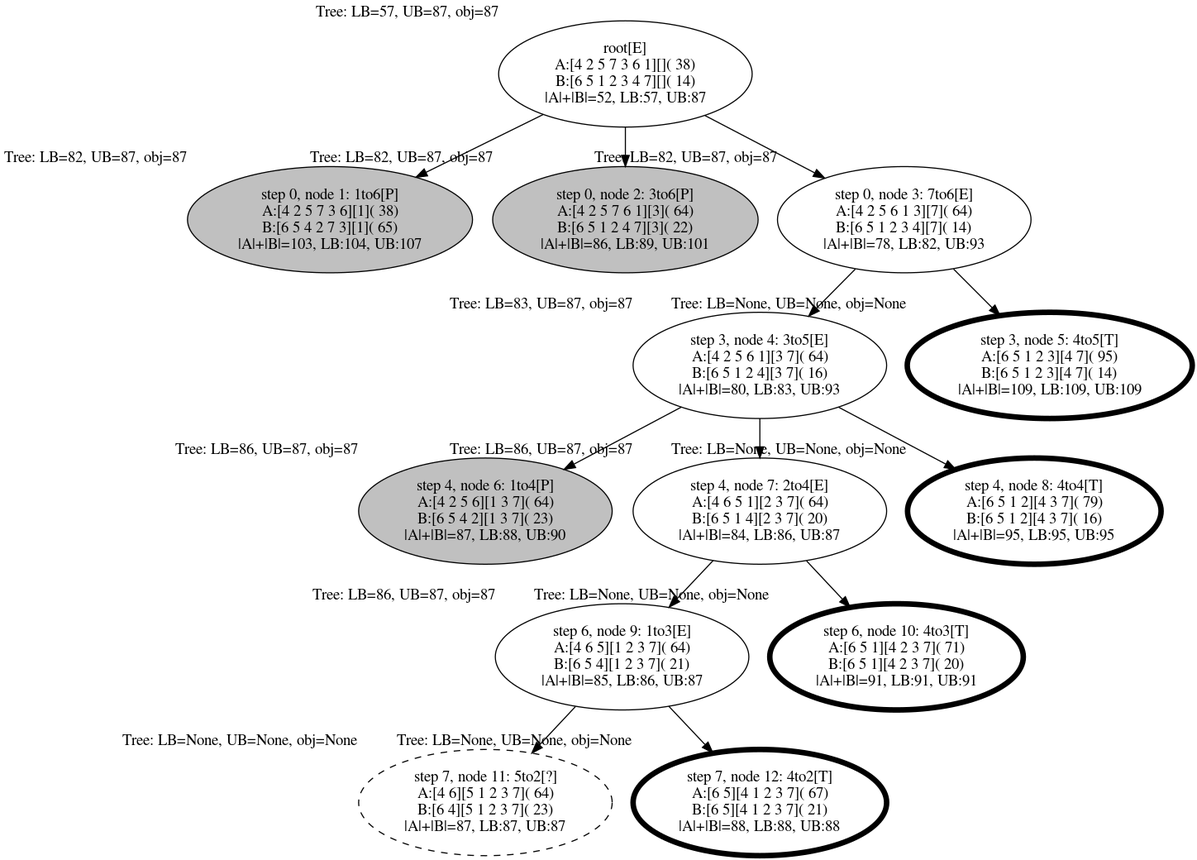
The Graphviz diagram figures/sample_BB_tree.png in alex-bochkarev/align-BDD, before a commit. Its source is kept beside it as run_logs/sample_BB_tree.dot. The source it was exported from:
```dot
digraph tree {
    "root[E]
A:[4 2 5 7 3 6 1][]( 38)
B:[6 5 1 2 3 4 7][]( 14)
|A|+|B|=52, LB:57, UB:87" [xlabel="Tree: LB=57, UB=87, obj=87",];
    "step 0, node 1: 1to6[P]
A:[4 2 5 7 3 6][1]( 38)
B:[6 5 4 2 7 3][1]( 65)
|A|+|B|=103, LB:104, UB:107" [xlabel="Tree: LB=82, UB=87, obj=87",fillcolor=grey, style=filled];
    "step 0, node 2: 3to6[P]
A:[4 2 5 7 6 1][3]( 64)
B:[6 5 1 2 4 7][3]( 22)
|A|+|B|=86, LB:89, UB:101" [xlabel="Tree: LB=82, UB=87, obj=87",fillcolor=grey, style=filled];
    "step 0, node 3: 7to6[E]
A:[4 2 5 6 1 3][7]( 64)
B:[6 5 1 2 3 4][7]( 14)
|A|+|B|=78, LB:82, UB:93" [xlabel="Tree: LB=82, UB=87, obj=87",];
    "step 3, node 4: 3to5[E]
A:[4 2 5 6 1][3 7]( 64)
B:[6 5 1 2 4][3 7]( 16)
|A|+|B|=80, LB:83, UB:93" [xlabel="Tree: LB=83, UB=87, obj=87",];
    "step 4, node 6: 1to4[P]
A:[4 2 5 6][1 3 7]( 64)
B:[6 5 4 2][1 3 7]( 23)
|A|+|B|=87, LB:88, UB:90" [xlabel="Tree: LB=86, UB=87, obj=87",fillcolor=grey, style=filled];
    "step 4, node 7: 2to4[E]
A:[4 6 5 1][2 3 7]( 64)
B:[6 5 1 4][2 3 7]( 20)
|A|+|B|=84, LB:86, UB:87" [xlabel="Tree: LB=86, UB=87, obj=87",];
    "step 6, node 9: 1to3[E]
A:[4 6 5][1 2 3 7]( 64)
B:[6 5 4][1 2 3 7]( 21)
|A|+|B|=85, LB:86, UB:87" [xlabel="Tree: LB=86, UB=87, obj=87",];
    "step 7, node 11: 5to2[?]
A:[4 6][5 1 2 3 7]( 64)
B:[6 4][5 1 2 3 7]( 23)
|A|+|B|=87, LB:87, UB:87" [xlabel="Tree: LB=None, UB=None, obj=None",fillcolor=lightgrey, style=dashed];
    "step 7, node 12: 4to2[T]
A:[6 5][4 1 2 3 7]( 67)
B:[6 5][4 1 2 3 7]( 21)
|A|+|B|=88, LB:88, UB:88" [xlabel="Tree: LB=None, UB=None, obj=None",penwidth=5];
    "step 6, node 10: 4to3[T]
A:[6 5 1][4 2 3 7]( 71)
B:[6 5 1][4 2 3 7]( 20)
|A|+|B|=91, LB:91, UB:91" [xlabel="Tree: LB=None, UB=None, obj=None",penwidth=5];
    "step 4, node 8: 4to4[T]
A:[6 5 1 2][4 3 7]( 79)
B:[6 5 1 2][4 3 7]( 16)
|A|+|B|=95, LB:95, UB:95" [xlabel="Tree: LB=None, UB=None, obj=None",penwidth=5];
    "step 3, node 5: 4to5[T]
A:[6 5 1 2 3][4 7]( 95)
B:[6 5 1 2 3][4 7]( 14)
|A|+|B|=109, LB:109, UB:109" [xlabel="Tree: LB=None, UB=None, obj=None",penwidth=5];
    "root[E]
A:[4 2 5 7 3 6 1][]( 38)
B:[6 5 1 2 3 4 7][]( 14)
|A|+|B|=52, LB:57, UB:87" -> "step 0, node 1: 1to6[P]
A:[4 2 5 7 3 6][1]( 38)
B:[6 5 4 2 7 3][1]( 65)
|A|+|B|=103, LB:104, UB:107";
    "root[E]
A:[4 2 5 7 3 6 1][]( 38)
B:[6 5 1 2 3 4 7][]( 14)
|A|+|B|=52, LB:57, UB:87" -> "step 0, node 2: 3to6[P]
A:[4 2 5 7 6 1][3]( 64)
B:[6 5 1 2 4 7][3]( 22)
|A|+|B|=86, LB:89, UB:101";
    "root[E]
A:[4 2 5 7 3 6 1][]( 38)
B:[6 5 1 2 3 4 7][]( 14)
|A|+|B|=52, LB:57, UB:87" -> "step 0, node 3: 7to6[E]
A:[4 2 5 6 1 3][7]( 64)
B:[6 5 1 2 3 4][7]( 14)
|A|+|B|=78, LB:82, UB:93";
    "step 0, node 3: 7to6[E]
A:[4 2 5 6 1 3][7]( 64)
B:[6 5 1 2 3 4][7]( 14)
|A|+|B|=78, LB:82, UB:93" -> "step 3, node 4: 3to5[E]
A:[4 2 5 6 1][3 7]( 64)
B:[6 5 1 2 4][3 7]( 16)
|A|+|B|=80, LB:83, UB:93";
    "step 0, node 3: 7to6[E]
A:[4 2 5 6 1 3][7]( 64)
B:[6 5 1 2 3 4][7]( 14)
|A|+|B|=78, LB:82, UB:93" -> "step 3, node 5: 4to5[T]
A:[6 5 1 2 3][4 7]( 95)
B:[6 5 1 2 3][4 7]( 14)
|A|+|B|=109, LB:109, UB:109";
    "step 3, node 4: 3to5[E]
A:[4 2 5 6 1][3 7]( 64)
B:[6 5 1 2 4][3 7]( 16)
|A|+|B|=80, LB:83, UB:93" -> "step 4, node 6: 1to4[P]
A:[4 2 5 6][1 3 7]( 64)
B:[6 5 4 2][1 3 7]( 23)
|A|+|B|=87, LB:88, UB:90";
    "step 3, node 4: 3to5[E]
A:[4 2 5 6 1][3 7]( 64)
B:[6 5 1 2 4][3 7]( 16)
|A|+|B|=80, LB:83, UB:93" -> "step 4, node 7: 2to4[E]
A:[4 6 5 1][2 3 7]( 64)
B:[6 5 1 4][2 3 7]( 20)
|A|+|B|=84, LB:86, UB:87";
    "step 3, node 4: 3to5[E]
A:[4 2 5 6 1][3 7]( 64)
B:[6 5 1 2 4][3 7]( 16)
|A|+|B|=80, LB:83, UB:93" -> "step 4, node 8: 4to4[T]
A:[6 5 1 2][4 3 7]( 79)
B:[6 5 1 2][4 3 7]( 16)
|A|+|B|=95, LB:95, UB:95";
    "step 4, node 7: 2to4[E]
A:[4 6 5 1][2 3 7]( 64)
B:[6 5 1 4][2 3 7]( 20)
|A|+|B|=84, LB:86, UB:87" -> "step 6, node 9: 1to3[E]
A:[4 6 5][1 2 3 7]( 64)
B:[6 5 4][1 2 3 7]( 21)
|A|+|B|=85, LB:86, UB:87";
    "step 4, node 7: 2to4[E]
A:[4 6 5 1][2 3 7]( 64)
B:[6 5 1 4][2 3 7]( 20)
|A|+|B|=84, LB:86, UB:87" -> "step 6, node 10: 4to3[T]
A:[6 5 1][4 2 3 7]( 71)
B:[6 5 1][4 2 3 7]( 20)
|A|+|B|=91, LB:91, UB:91";
    "step 6, node 9: 1to3[E]
A:[4 6 5][1 2 3 7]( 64)
B:[6 5 4][1 2 3 7]( 21)
|A|+|B|=85, LB:86, UB:87" -> "step 7, node 11: 5to2[?]
A:[4 6][5 1 2 3 7]( 64)
B:[6 4][5 1 2 3 7]( 23)
|A|+|B|=87, LB:87, UB:87";
    "step 6, node 9: 1to3[E]
A:[4 6 5][1 2 3 7]( 64)
B:[6 5 4][1 2 3 7]( 21)
|A|+|B|=85, LB:86, UB:87" -> "step 7, node 12: 4to2[T]
A:[6 5][4 1 2 3 7]( 67)
B:[6 5][4 1 2 3 7]( 21)
|A|+|B|=88, LB:88, UB:88";
}
```
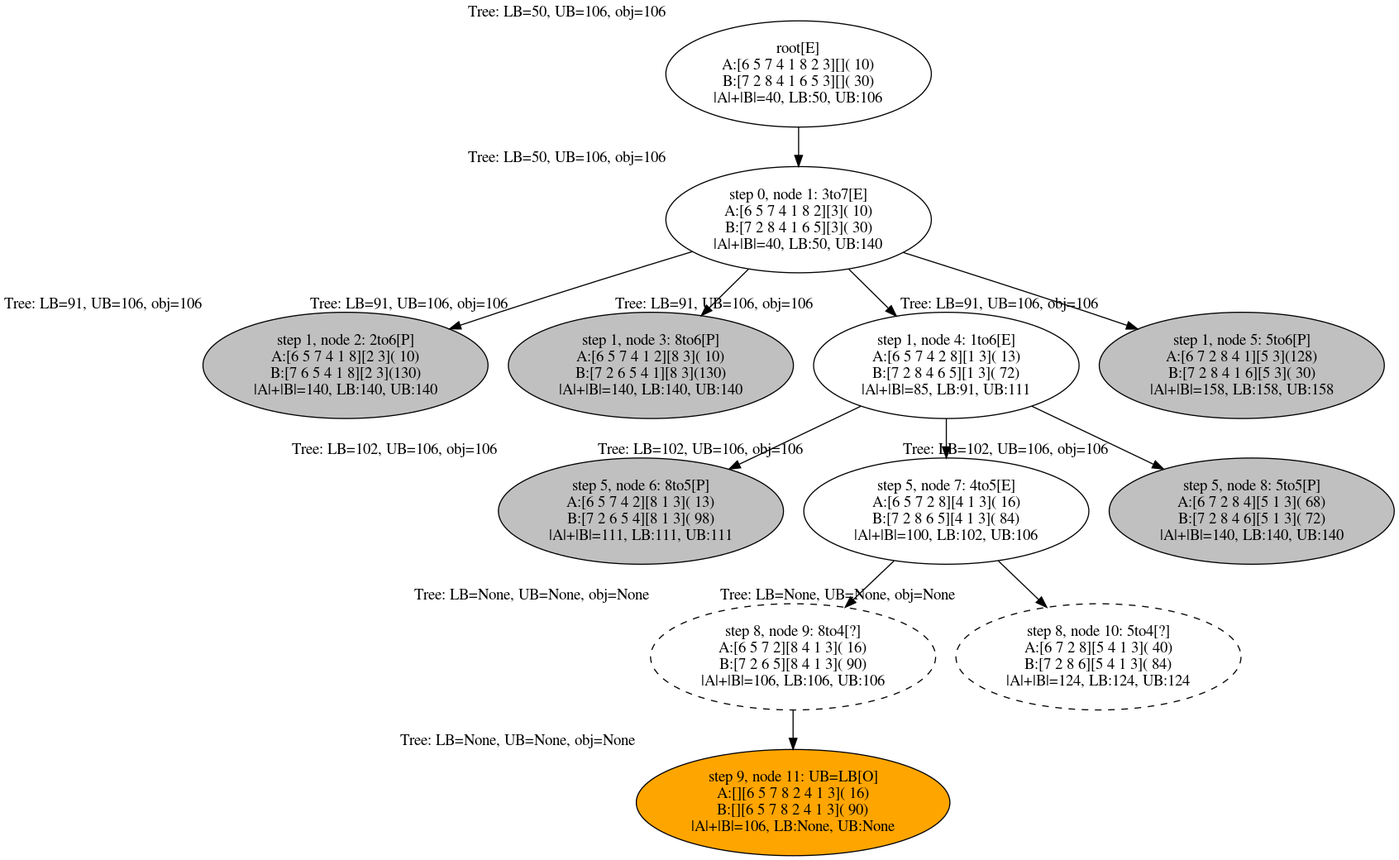
Later version of the same file.

The edit, as a diff of the source:
```diff
@@ -1,138 +1,127 @@
 digraph tree {
     "root[E]
-A:[4 2 5 7 3 6 1][]( 38)
-B:[6 5 1 2 3 4 7][]( 14)
-|A|+|B|=52, LB:57, UB:87" [xlabel="Tree: LB=57, UB=87, obj=87",];
-    "step 0, node 1: 1to6[P]
-A:[4 2 5 7 3 6][1]( 38)
-B:[6 5 4 2 7 3][1]( 65)
-|A|+|B|=103, LB:104, UB:107" [xlabel="Tree: LB=82, UB=87, obj=87",fillcolor=grey, style=filled];
-    "step 0, node 2: 3to6[P]
-A:[4 2 5 7 6 1][3]( 64)
-B:[6 5 1 2 4 7][3]( 22)
-|A|+|B|=86, LB:89, UB:101" [xlabel="Tree: LB=82, UB=87, obj=87",fillcolor=grey, style=filled];
-    "step 0, node 3: 7to6[E]
-A:[4 2 5 6 1 3][7]( 64)
-B:[6 5 1 2 3 4][7]( 14)
-|A|+|B|=78, LB:82, UB:93" [xlabel="Tree: LB=82, UB=87, obj=87",];
-    "step 3, node 4: 3to5[E]
-A:[4 2 5 6 1][3 7]( 64)
-B:[6 5 1 2 4][3 7]( 16)
-|A|+|B|=80, LB:83, UB:93" [xlabel="Tree: LB=83, UB=87, obj=87",];
-    "step 4, node 6: 1to4[P]
-A:[4 2 5 6][1 3 7]( 64)
-B:[6 5 4 2][1 3 7]( 23)
-|A|+|B|=87, LB:88, UB:90" [xlabel="Tree: LB=86, UB=87, obj=87",fillcolor=grey, style=filled];
-    "step 4, node 7: 2to4[E]
-A:[4 6 5 1][2 3 7]( 64)
-B:[6 5 1 4][2 3 7]( 20)
-|A|+|B|=84, LB:86, UB:87" [xlabel="Tree: LB=86, UB=87, obj=87",];
-    "step 6, node 9: 1to3[E]
-A:[4 6 5][1 2 3 7]( 64)
-B:[6 5 4][1 2 3 7]( 21)
-|A|+|B|=85, LB:86, UB:87" [xlabel="Tree: LB=86, UB=87, obj=87",];
-    "step 7, node 11: 5to2[?]
-A:[4 6][5 1 2 3 7]( 64)
-B:[6 4][5 1 2 3 7]( 23)
-|A|+|B|=87, LB:87, UB:87" [xlabel="Tree: LB=None, UB=None, obj=None",fillcolor=lightgrey, style=dashed];
-    "step 7, node 12: 4to2[T]
-A:[6 5][4 1 2 3 7]( 67)
-B:[6 5][4 1 2 3 7]( 21)
-|A|+|B|=88, LB:88, UB:88" [xlabel="Tree: LB=None, UB=None, obj=None",penwidth=5];
-    "step 6, node 10: 4to3[T]
-A:[6 5 1][4 2 3 7]( 71)
-B:[6 5 1][4 2 3 7]( 20)
-|A|+|B|=91, LB:91, UB:91" [xlabel="Tree: LB=None, UB=None, obj=None",penwidth=5];
-    "step 4, node 8: 4to4[T]
-A:[6 5 1 2][4 3 7]( 79)
-B:[6 5 1 2][4 3 7]( 16)
-|A|+|B|=95, LB:95, UB:95" [xlabel="Tree: LB=None, UB=None, obj=None",penwidth=5];
-    "step 3, node 5: 4to5[T]
-A:[6 5 1 2 3][4 7]( 95)
-B:[6 5 1 2 3][4 7]( 14)
-|A|+|B|=109, LB:109, UB:109" [xlabel="Tree: LB=None, UB=None, obj=None",penwidth=5];
+A:[6 5 7 4 1 8 2 3][]( 10)
+B:[7 2 8 4 1 6 5 3][]( 30)
+|A|+|B|=40, LB:50, UB:106" [xlabel="Tree: LB=50, UB=106, obj=106",];
+    "step 0, node 1: 3to7[E]
+A:[6 5 7 4 1 8 2][3]( 10)
+B:[7 2 8 4 1 6 5][3]( 30)
+|A|+|B|=40, LB:50, UB:140" [xlabel="Tree: LB=50, UB=106, obj=106",];
+    "step 1, node 2: 2to6[P]
+A:[6 5 7 4 1 8][2 3]( 10)
+B:[7 6 5 4 1 8][2 3](130)
+|A|+|B|=140, LB:140, UB:140" [xlabel="Tree: LB=91, UB=106, obj=106",fillcolor=grey, style=filled];
+    "step 1, node 3: 8to6[P]
+A:[6 5 7 4 1 2][8 3]( 10)
+B:[7 2 6 5 4 1][8 3](130)
+|A|+|B|=140, LB:140, UB:140" [xlabel="Tree: LB=91, UB=106, obj=106",fillcolor=grey, style=filled];
+    "step 1, node 4: 1to6[E]
+A:[6 5 7 4 2 8][1 3]( 13)
+B:[7 2 8 4 6 5][1 3]( 72)
+|A|+|B|=85, LB:91, UB:111" [xlabel="Tree: LB=91, UB=106, obj=106",];
+    "step 5, node 6: 8to5[P]
+A:[6 5 7 4 2][8 1 3]( 13)
+B:[7 2 6 5 4][8 1 3]( 98)
+|A|+|B|=111, LB:111, UB:111" [xlabel="Tree: LB=102, UB=106, obj=106",fillcolor=grey, style=filled];
+    "step 5, node 7: 4to5[E]
+A:[6 5 7 2 8][4 1 3]( 16)
+B:[7 2 8 6 5][4 1 3]( 84)
+|A|+|B|=100, LB:102, UB:106" [xlabel="Tree: LB=102, UB=106, obj=106",];
+    "step 8, node 9: 8to4[?]
+A:[6 5 7 2][8 4 1 3]( 16)
+B:[7 2 6 5][8 4 1 3]( 90)
+|A|+|B|=106, LB:106, UB:106" [xlabel="Tree: LB=None, UB=None, obj=None",fillcolor=lightgrey, style=dashed];
+    "step 9, node 11: UB=LB[O]
+A:[][6 5 7 8 2 4 1 3]( 16)
+B:[][6 5 7 8 2 4 1 3]( 90)
+|A|+|B|=106, LB:None, UB:None" [xlabel="Tree: LB=None, UB=None, obj=None",fillcolor=orange, style=filled];
+    "step 8, node 10: 5to4[?]
+A:[6 7 2 8][5 4 1 3]( 40)
+B:[7 2 8 6][5 4 1 3]( 84)
+|A|+|B|=124, LB:124, UB:124" [xlabel="Tree: LB=None, UB=None, obj=None",fillcolor=lightgrey, style=dashed];
+    "step 5, node 8: 5to5[P]
+A:[6 7 2 8 4][5 1 3]( 68)
+B:[7 2 8 4 6][5 1 3]( 72)
+|A|+|B|=140, LB:140, UB:140" [xlabel="Tree: LB=102, UB=106, obj=106",fillcolor=grey, style=filled];
+    "step 1, node 5: 5to6[P]
+A:[6 7 2 8 4 1][5 3](128)
+B:[7 2 8 4 1 6][5 3]( 30)
+|A|+|B|=158, LB:158, UB:158" [xlabel="Tree: LB=91, UB=106, obj=106",fillcolor=grey, style=filled];
     "root[E]
-A:[4 2 5 7 3 6 1][]( 38)
-B:[6 5 1 2 3 4 7][]( 14)
-|A|+|B|=52, LB:57, UB:87" -> "step 0, node 1: 1to6[P]
-A:[4 2 5 7 3 6][1]( 38)
-B:[6 5 4 2 7 3][1]( 65)
-|A|+|B|=103, LB:104, UB:107";
-    "root[E]
-A:[4 2 5 7 3 6 1][]( 38)
-B:[6 5 1 2 3 4 7][]( 14)
-|A|+|B|=52, LB:57, UB:87" -> "step 0, node 2: 3to6[P]
-A:[4 2 5 7 6 1][3]( 64)
-B:[6 5 1 2 4 7][3]( 22)
-|A|+|B|=86, LB:89, UB:101";
-    "root[E]
-A:[4 2 5 7 3 6 1][]( 38)
-B:[6 5 1 2 3 4 7][]( 14)
-|A|+|B|=52, LB:57, UB:87" -> "step 0, node 3: 7to6[E]
-A:[4 2 5 6 1 3][7]( 64)
-B:[6 5 1 2 3 4][7]( 14)
-|A|+|B|=78, LB:82, UB:93";
-    "step 0, node 3: 7to6[E]
-A:[4 2 5 6 1 3][7]( 64)
-B:[6 5 1 2 3 4][7]( 14)
-|A|+|B|=78, LB:82, UB:93" -> "step 3, node 4: 3to5[E]
-A:[4 2 5 6 1][3 7]( 64)
-B:[6 5 1 2 4][3 7]( 16)
-|A|+|B|=80, LB:83, UB:93";
-    "step 0, node 3: 7to6[E]
-A:[4 2 5 6 1 3][7]( 64)
-B:[6 5 1 2 3 4][7]( 14)
-|A|+|B|=78, LB:82, UB:93" -> "step 3, node 5: 4to5[T]
-A:[6 5 1 2 3][4 7]( 95)
-B:[6 5 1 2 3][4 7]( 14)
-|A|+|B|=109, LB:109, UB:109";
-    "step 3, node 4: 3to5[E]
-A:[4 2 5 6 1][3 7]( 64)
-B:[6 5 1 2 4][3 7]( 16)
-|A|+|B|=80, LB:83, UB:93" -> "step 4, node 6: 1to4[P]
-A:[4 2 5 6][1 3 7]( 64)
-B:[6 5 4 2][1 3 7]( 23)
-|A|+|B|=87, LB:88, UB:90";
-    "step 3, node 4: 3to5[E]
-A:[4 2 5 6 1][3 7]( 64)
-B:[6 5 1 2 4][3 7]( 16)
-|A|+|B|=80, LB:83, UB:93" -> "step 4, node 7: 2to4[E]
-A:[4 6 5 1][2 3 7]( 64)
-B:[6 5 1 4][2 3 7]( 20)
-|A|+|B|=84, LB:86, UB:87";
-    "step 3, node 4: 3to5[E]
-A:[4 2 5 6 1][3 7]( 64)
-B:[6 5 1 2 4][3 7]( 16)
-|A|+|B|=80, LB:83, UB:93" -> "step 4, node 8: 4to4[T]
-A:[6 5 1 2][4 3 7]( 79)
-B:[6 5 1 2][4 3 7]( 16)
-|A|+|B|=95, LB:95, UB:95";
-    "step 4, node 7: 2to4[E]
-A:[4 6 5 1][2 3 7]( 64)
-B:[6 5 1 4][2 3 7]( 20)
-|A|+|B|=84, LB:86, UB:87" -> "step 6, node 9: 1to3[E]
-A:[4 6 5][1 2 3 7]( 64)
-B:[6 5 4][1 2 3 7]( 21)
-|A|+|B|=85, LB:86, UB:87";
-    "step 4, node 7: 2to4[E]
-A:[4 6 5 1][2 3 7]( 64)
-B:[6 5 1 4][2 3 7]( 20)
-|A|+|B|=84, LB:86, UB:87" -> "step 6, node 10: 4to3[T]
-A:[6 5 1][4 2 3 7]( 71)
-B:[6 5 1][4 2 3 7]( 20)
-|A|+|B|=91, LB:91, UB:91";
-    "step 6, node 9: 1to3[E]
-A:[4 6 5][1 2 3 7]( 64)
-B:[6 5 4][1 2 3 7]( 21)
-|A|+|B|=85, LB:86, UB:87" -> "step 7, node 11: 5to2[?]
-A:[4 6][5 1 2 3 7]( 64)
-B:[6 4][5 1 2 3 7]( 23)
-|A|+|B|=87, LB:87, UB:87";
-    "step 6, node 9: 1to3[E]
-A:[4 6 5][1 2 3 7]( 64)
-B:[6 5 4][1 2 3 7]( 21)
-|A|+|B|=85, LB:86, UB:87" -> "step 7, node 12: 4to2[T]
-A:[6 5][4 1 2 3 7]( 67)
-B:[6 5][4 1 2 3 7]( 21)
-|A|+|B|=88, LB:88, UB:88";
+A:[6 5 7 4 1 8 2 3][]( 10)
+B:[7 2 8 4 1 6 5 3][]( 30)
+|A|+|B|=40, LB:50, UB:106" -> "step 0, node 1: 3to7[E]
+A:[6 5 7 4 1 8 2][3]( 10)
+B:[7 2 8 4 1 6 5][3]( 30)
+|A|+|B|=40, LB:50, UB:140";
+    "step 0, node 1: 3to7[E]
+A:[6 5 7 4 1 8 2][3]( 10)
+B:[7 2 8 4 1 6 5][3]( 30)
+|A|+|B|=40, LB:50, UB:140" -> "step 1, node 2: 2to6[P]
+A:[6 5 7 4 1 8][2 3]( 10)
+B:[7 6 5 4 1 8][2 3](130)
+|A|+|B|=140, LB:140, UB:140";
+    "step 0, node 1: 3to7[E]
+A:[6 5 7 4 1 8 2][3]( 10)
+B:[7 2 8 4 1 6 5][3]( 30)
+|A|+|B|=40, LB:50, UB:140" -> "step 1, node 3: 8to6[P]
+A:[6 5 7 4 1 2][8 3]( 10)
+B:[7 2 6 5 4 1][8 3](130)
+|A|+|B|=140, LB:140, UB:140";
+    "step 0, node 1: 3to7[E]
+A:[6 5 7 4 1 8 2][3]( 10)
+B:[7 2 8 4 1 6 5][3]( 30)
+|A|+|B|=40, LB:50, UB:140" -> "step 1, node 4: 1to6[E]
+A:[6 5 7 4 2 8][1 3]( 13)
+B:[7 2 8 4 6 5][1 3]( 72)
+|A|+|B|=85, LB:91, UB:111";
+    "step 0, node 1: 3to7[E]
+A:[6 5 7 4 1 8 2][3]( 10)
+B:[7 2 8 4 1 6 5][3]( 30)
+|A|+|B|=40, LB:50, UB:140" -> "step 1, node 5: 5to6[P]
+A:[6 7 2 8 4 1][5 3](128)
+B:[7 2 8 4 1 6][5 3]( 30)
+|A|+|B|=158, LB:158, UB:158";
+    "step 1, node 4: 1to6[E]
+A:[6 5 7 4 2 8][1 3]( 13)
+B:[7 2 8 4 6 5][1 3]( 72)
+|A|+|B|=85, LB:91, UB:111" -> "step 5, node 6: 8to5[P]
+A:[6 5 7 4 2][8 1 3]( 13)
+B:[7 2 6 5 4][8 1 3]( 98)
+|A|+|B|=111, LB:111, UB:111";
+    "step 1, node 4: 1to6[E]
+A:[6 5 7 4 2 8][1 3]( 13)
+B:[7 2 8 4 6 5][1 3]( 72)
+|A|+|B|=85, LB:91, UB:111" -> "step 5, node 7: 4to5[E]
+A:[6 5 7 2 8][4 1 3]( 16)
+B:[7 2 8 6 5][4 1 3]( 84)
+|A|+|B|=100, LB:102, UB:106";
+    "step 1, node 4: 1to6[E]
+A:[6 5 7 4 2 8][1 3]( 13)
+B:[7 2 8 4 6 5][1 3]( 72)
+|A|+|B|=85, LB:91, UB:111" -> "step 5, node 8: 5to5[P]
+A:[6 7 2 8 4][5 1 3]( 68)
+B:[7 2 8 4 6][5 1 3]( 72)
+|A|+|B|=140, LB:140, UB:140";
+    "step 5, node 7: 4to5[E]
+A:[6 5 7 2 8][4 1 3]( 16)
+B:[7 2 8 6 5][4 1 3]( 84)
+|A|+|B|=100, LB:102, UB:106" -> "step 8, node 9: 8to4[?]
+A:[6 5 7 2][8 4 1 3]( 16)
+B:[7 2 6 5][8 4 1 3]( 90)
+|A|+|B|=106, LB:106, UB:106";
+    "step 5, node 7: 4to5[E]
+A:[6 5 7 2 8][4 1 3]( 16)
+B:[7 2 8 6 5][4 1 3]( 84)
+|A|+|B|=100, LB:102, UB:106" -> "step 8, node 10: 5to4[?]
+A:[6 7 2 8][5 4 1 3]( 40)
+B:[7 2 8 6][5 4 1 3]( 84)
+|A|+|B|=124, LB:124, UB:124";
+    "step 8, node 9: 8to4[?]
+A:[6 5 7 2][8 4 1 3]( 16)
+B:[7 2 6 5][8 4 1 3]( 90)
+|A|+|B|=106, LB:106, UB:106" -> "step 9, node 11: UB=LB[O]
+A:[][6 5 7 8 2 4 1 3]( 16)
+B:[][6 5 7 8 2 4 1 3]( 90)
+|A|+|B|=106, LB:None, UB:None";
 }
```
